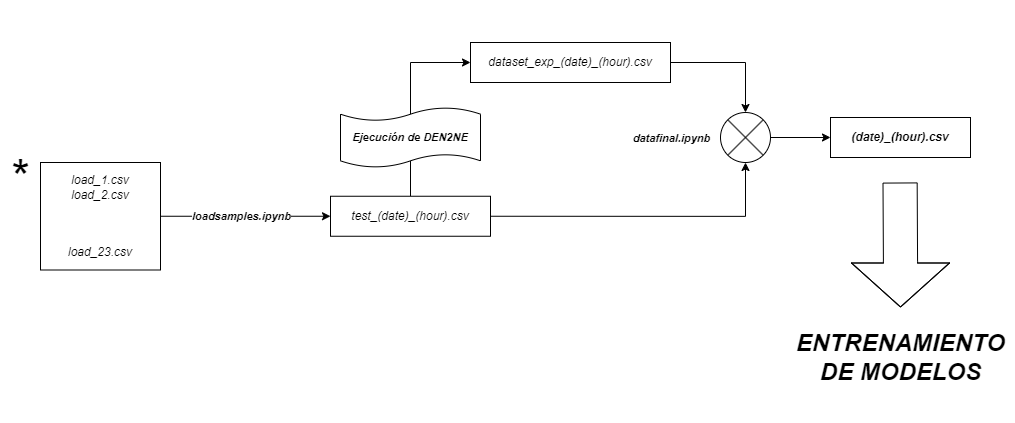
Above: Memoria/img/diseno/total2.png in PaulaBartolomeMora/TFM (draw.io), before the change. Source tidied: cells renumbered, new cells last; positions are measured from the earlier drawing's top-left corner, leaving out a move shared by most shapes.
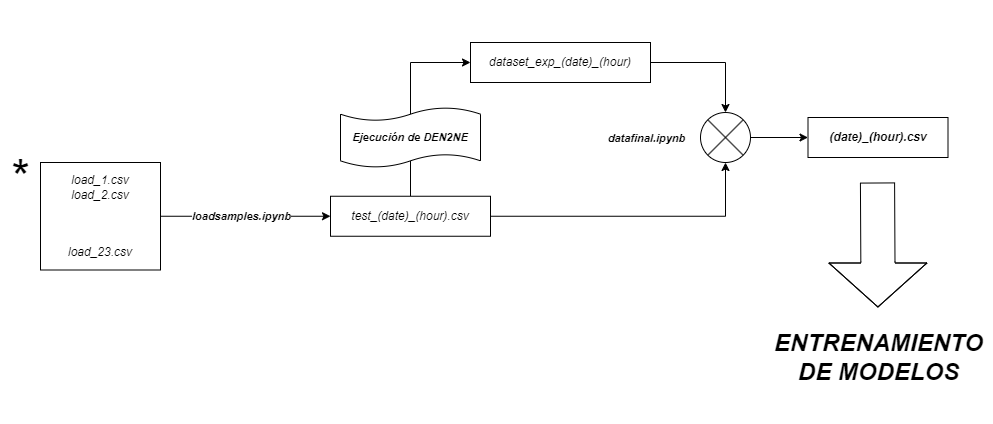
After the commit.

The edit, as a diff of the source:
```diff
@@ -36,14 +36,14 @@
     <mxCell id="11" style="edgeStyle=orthogonalEdgeStyle;rounded=0;jettySize=auto;html=1;exitX=1;exitY=0.5;exitDx=0;exitDy=0;entryX=0.5;entryY=0;entryDx=0;entryDy=0;entryPerimeter=0;" parent="1" edge="1" source="12" target="14">
       <mxGeometry relative="1" as="geometry" />
     </mxCell>
-    <mxCell id="12" value="&lt;i&gt;dataset_exp_(date)_(hour).csv&lt;/i&gt;" style="rounded=0;whiteSpace=wrap;html=1;shadow=0;fillColor=#FFFFFF;" parent="1" vertex="1">
-      <mxGeometry x="470" y="30" width="200" height="40" as="geometry" />
+    <mxCell id="12" value="&lt;i&gt;dataset_exp_(date)_(hour)&lt;/i&gt;" style="rounded=0;whiteSpace=wrap;html=1;shadow=0;fillColor=#FFFFFF;" parent="1" vertex="1">
+      <mxGeometry x="470" y="30" width="180" height="40" as="geometry" />
     </mxCell>
     <mxCell id="13" style="edgeStyle=orthogonalEdgeStyle;rounded=0;jettySize=auto;html=1;exitX=1;exitY=0.5;exitDx=0;exitDy=0;entryX=0;entryY=0.5;entryDx=0;entryDy=0;" parent="1" edge="1" source="14" target="18">
       <mxGeometry relative="1" as="geometry" />
     </mxCell>
     <mxCell id="14" style="ellipse;whiteSpace=wrap;html=1;" parent="1" vertex="1">
-      <mxGeometry x="720" y="100" width="50" height="50" as="geometry" />
+      <mxGeometry x="700" y="100" width="50" height="50" as="geometry" />
     </mxCell>
     <mxCell id="15" style="endArrow=none;html=1;rounded=0;exitX=0;exitY=0;exitDx=0;exitDy=0;entryX=1;entryY=1;entryDx=0;entryDy=0;" parent="1" edge="1" source="14" target="14">
       <mxGeometry relative="1" as="geometry" />
@@ -52,20 +52,20 @@
       <mxGeometry relative="1" as="geometry" />
     </mxCell>
     <mxCell id="17" value="&lt;b&gt;&lt;i&gt;datafinal.ipynb&lt;br&gt;&lt;/i&gt;&lt;/b&gt;" style="edgeLabel;html=1;align=center;verticalAlign=middle;" parent="1" vertex="1">
-      <mxGeometry x="670" y="125" as="geometry" />
+      <mxGeometry x="645" y="125" as="geometry" />
     </mxCell>
     <mxCell id="18" value="&lt;i&gt;&lt;b&gt;(date)_(hour).csv&lt;/b&gt;&lt;/i&gt;" style="rounded=0;whiteSpace=wrap;html=1;shadow=0;fillColor=#FFFFFF;" parent="1" vertex="1">
-      <mxGeometry x="830" y="105" width="140" height="40" as="geometry" />
+      <mxGeometry x="807.5" y="105" width="140" height="40" as="geometry" />
     </mxCell>
     <mxCell id="19" value="&lt;font style=&quot;font-size: 24px;&quot;&gt;&lt;i style=&quot;&quot;&gt;&lt;b&gt;ENTRENAMIENTO &lt;br&gt;DE MODELOS&lt;/b&gt;&lt;/i&gt;&lt;/font&gt;" style="text;html=1;align=center;verticalAlign=middle;strokeColor=none;fillColor=none;" parent="1" vertex="1">
-      <mxGeometry x="785" y="310" width="230" height="70" as="geometry" />
+      <mxGeometry x="762.5" y="310" width="230" height="70" as="geometry" />
     </mxCell>
     <mxCell id="20" style="shape=flexArrow;endArrow=classic;html=1;rounded=0;endWidth=62.85714285714286;endSize=14.333333333333334;width=34.16666666666667;" parent="1" edge="1">
       <mxGeometry relative="1" as="geometry">
-        <mxPoint x="899.6" y="170" as="sourcePoint" />
-        <mxPoint x="900" y="295" as="targetPoint" />
+        <mxPoint x="877" y="170" as="sourcePoint" />
+        <mxPoint x="877.4" y="295" as="targetPoint" />
         <Array as="points">
-          <mxPoint x="900" y="249.3" />
+          <mxPoint x="877.4" y="249.3" />
         </Array>
       </mxGeometry>
     </mxCell>
```
